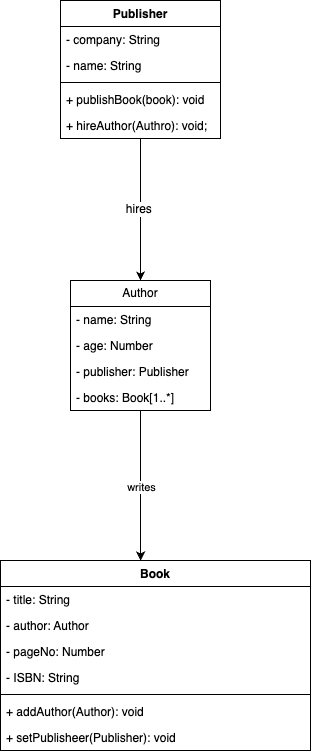
RaresM7373/UML keeps this draw.io diagram as diagrams/class-diagram/ClassDiagram.drawio.png. Above is the earlier version. Source tidied: cells renumbered, new cells last; positions are measured from the earlier drawing's top-left corner, leaving out a move shared by most shapes.
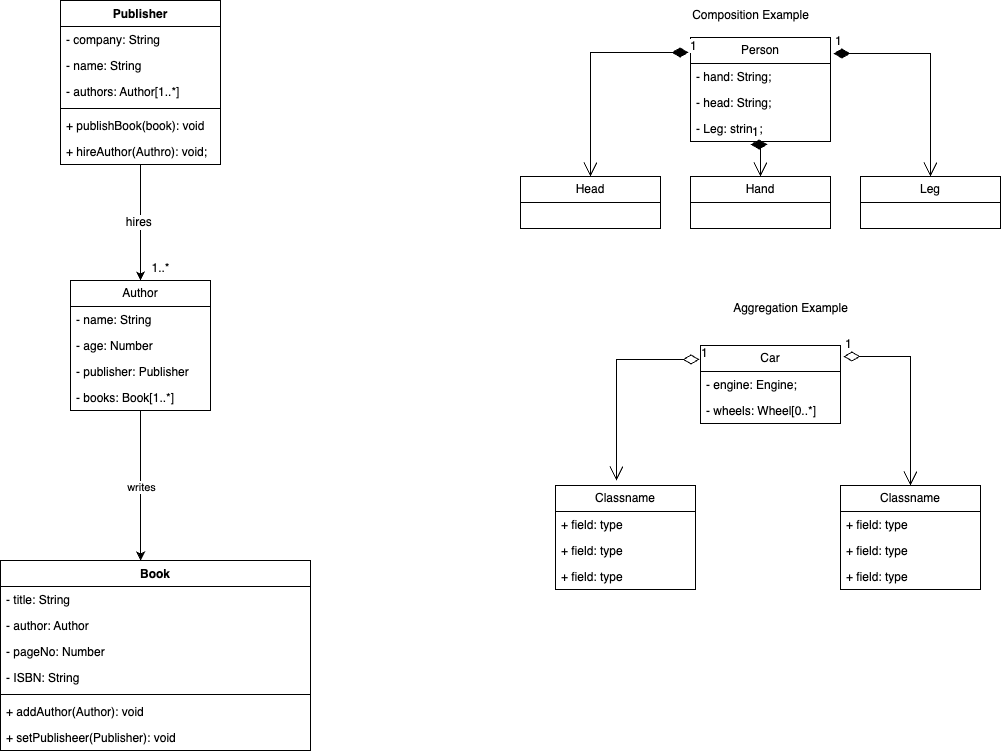
Above is the later version.

Diff of the diagram source:
```diff
@@ -53,7 +53,7 @@
       <mxGeometry relative="1" as="geometry" />
     </mxCell>
     <mxCell id="18" value="Publisher" style="swimlane;fontStyle=1;align=center;verticalAlign=top;horizontal=1;startSize=26;whiteSpace=wrap;html=1;fontFamily=Helvetica;fontSize=12;fontColor=default;fillColor=none;gradientColor=none;" parent="1" vertex="1">
-      <mxGeometry x="60" width="160" height="138" as="geometry" />
+      <mxGeometry x="60" width="160" height="164" as="geometry" />
     </mxCell>
     <mxCell id="19" value="- company: String" style="text;strokeColor=none;fillColor=none;align=left;verticalAlign=top;spacingLeft=4;spacingRight=4;overflow=hidden;whiteSpace=wrap;html=1;fontSize=12;fontFamily=Helvetica;fontColor=default;" parent="18" vertex="1">
       <mxGeometry y="26" width="160" height="26" as="geometry" />
@@ -61,14 +61,103 @@
     <mxCell id="20" value="- name: String&lt;br&gt;" style="text;strokeColor=none;fillColor=none;align=left;verticalAlign=top;spacingLeft=4;spacingRight=4;overflow=hidden;whiteSpace=wrap;html=1;fontSize=12;fontFamily=Helvetica;fontColor=default;" parent="18" vertex="1">
       <mxGeometry y="52" width="160" height="26" as="geometry" />
     </mxCell>
+    <mxCell id="24" value="- authors: Author[1..*]" style="text;strokeColor=none;fillColor=none;align=left;verticalAlign=top;spacingLeft=4;spacingRight=4;overflow=hidden;whiteSpace=wrap;html=1;fontSize=12;fontFamily=Helvetica;fontColor=default;" parent="18" vertex="1">
+      <mxGeometry y="78" width="160" height="26" as="geometry" />
+    </mxCell>
     <mxCell id="21" style="line;strokeWidth=1;fillColor=none;align=left;verticalAlign=middle;spacingTop=-1;spacingLeft=3;spacingRight=3;labelPosition=right;strokeColor=inherit;fontFamily=Helvetica;fontSize=12;fontColor=default;html=1;" parent="18" vertex="1">
-      <mxGeometry y="78" width="160" height="8" as="geometry" />
+      <mxGeometry y="104" width="160" height="8" as="geometry" />
     </mxCell>
     <mxCell id="22" value="+ publishBook(book): void" style="text;strokeColor=none;fillColor=none;align=left;verticalAlign=top;spacingLeft=4;spacingRight=4;overflow=hidden;whiteSpace=wrap;html=1;fontSize=12;fontFamily=Helvetica;fontColor=default;" parent="18" vertex="1">
-      <mxGeometry y="86" width="160" height="26" as="geometry" />
+      <mxGeometry y="112" width="160" height="26" as="geometry" />
     </mxCell>
     <mxCell id="23" value="+ hireAuthor(Authro): void;" style="text;strokeColor=none;fillColor=none;align=left;verticalAlign=top;spacingLeft=4;spacingRight=4;overflow=hidden;whiteSpace=wrap;html=1;fontSize=12;fontFamily=Helvetica;fontColor=default;" parent="18" vertex="1">
-      <mxGeometry y="112" width="160" height="26" as="geometry" />
+      <mxGeometry y="138" width="160" height="26" as="geometry" />
     </mxCell>
+    <mxCell id="25" value="1..*" style="text;html=1;align=center;verticalAlign=middle;strokeColor=none;fillColor=none;fontSize=12;fontFamily=Helvetica;fontColor=default;" parent="1" vertex="1">
+      <mxGeometry x="140" y="253" width="40" height="30" as="geometry" />
+    </mxCell>
+    <mxCell id="26" value="Person" style="swimlane;fontStyle=0;horizontal=1;startSize=26;fillColor=none;whiteSpace=wrap;html=1;fontFamily=Helvetica;fontSize=12;fontColor=default;" parent="1" vertex="1">
+      <mxGeometry x="690" y="37" width="140" height="104" as="geometry" />
+    </mxCell>
+    <mxCell id="27" value="- hand: String;" style="text;strokeColor=none;fillColor=none;align=left;verticalAlign=top;spacingLeft=4;spacingRight=4;overflow=hidden;whiteSpace=wrap;html=1;fontSize=12;fontFamily=Helvetica;fontColor=default;" parent="26" vertex="1">
+      <mxGeometry y="26" width="140" height="26" as="geometry" />
+    </mxCell>
+    <mxCell id="28" value="- head: String;" style="text;strokeColor=none;fillColor=none;align=left;verticalAlign=top;spacingLeft=4;spacingRight=4;overflow=hidden;whiteSpace=wrap;html=1;fontSize=12;fontFamily=Helvetica;fontColor=default;" parent="26" vertex="1">
+      <mxGeometry y="52" width="140" height="26" as="geometry" />
+    </mxCell>
+    <mxCell id="29" value="- Leg: string;" style="text;strokeColor=none;fillColor=none;align=left;verticalAlign=top;spacingLeft=4;spacingRight=4;overflow=hidden;points=[[0,0.5],[1,0.5]];portConstraint=eastwest;whiteSpace=wrap;html=1;fontSize=12;fontFamily=Helvetica;fontColor=default;" parent="26" vertex="1">
+      <mxGeometry y="78" width="140" height="26" as="geometry" />
+    </mxCell>
+    <mxCell id="30" value="Hand" style="swimlane;fontStyle=0;horizontal=1;startSize=26;fillColor=none;whiteSpace=wrap;html=1;fontFamily=Helvetica;fontSize=12;fontColor=default;" parent="1" vertex="1">
+      <mxGeometry x="690" y="176" width="140" height="52" as="geometry" />
+    </mxCell>
+    <mxCell id="31" value="Leg" style="swimlane;fontStyle=0;horizontal=1;startSize=26;fillColor=none;whiteSpace=wrap;html=1;fontFamily=Helvetica;fontSize=12;fontColor=default;" parent="1" vertex="1">
+      <mxGeometry x="860" y="176" width="140" height="52" as="geometry" />
+    </mxCell>
+    <mxCell id="32" value="Head" style="swimlane;fontStyle=0;horizontal=1;startSize=26;fillColor=none;whiteSpace=wrap;html=1;fontFamily=Helvetica;fontSize=12;fontColor=default;" parent="1" vertex="1">
+      <mxGeometry x="520" y="176" width="140" height="52" as="geometry" />
+    </mxCell>
+    <mxCell id="33" value="1" style="endArrow=open;html=1;endSize=12;startArrow=diamondThin;startSize=14;startFill=1;edgeStyle=orthogonalEdgeStyle;align=left;verticalAlign=bottom;rounded=0;fontFamily=Helvetica;fontSize=12;fontColor=default;exitX=1.021;exitY=0.154;exitDx=0;exitDy=0;exitPerimeter=0;entryX=0.5;entryY=0;entryDx=0;entryDy=0;" parent="1" edge="1" source="26" target="31">
+      <mxGeometry x="-1" y="3" relative="1" as="geometry" />
+    </mxCell>
+    <mxCell id="34" value="1" style="endArrow=open;html=1;endSize=12;startArrow=diamondThin;startSize=14;startFill=1;edgeStyle=orthogonalEdgeStyle;align=left;verticalAlign=bottom;rounded=0;fontFamily=Helvetica;fontSize=12;fontColor=default;exitX=-0.014;exitY=0.144;exitDx=0;exitDy=0;exitPerimeter=0;" parent="1" edge="1" source="26" target="32">
+      <mxGeometry x="-1" y="3" relative="1" as="geometry" />
+    </mxCell>
+    <mxCell id="35" value="1" style="endArrow=open;html=1;endSize=12;startArrow=diamondThin;startSize=14;startFill=1;edgeStyle=orthogonalEdgeStyle;align=left;verticalAlign=bottom;rounded=0;fontFamily=Helvetica;fontSize=12;fontColor=default;exitX=0.429;exitY=1.115;exitDx=0;exitDy=0;exitPerimeter=0;" parent="1" edge="1" source="29" target="30">
+      <mxGeometry x="-1" y="3" relative="1" as="geometry">
+        <Array as="points">
+          <mxPoint x="760" y="144" />
+        </Array>
+      </mxGeometry>
+    </mxCell>
+    <mxCell id="36" value="Composition Example" style="text;html=1;align=center;verticalAlign=middle;strokeColor=none;fillColor=none;fontSize=12;fontFamily=Helvetica;fontColor=default;" parent="1" vertex="1">
+      <mxGeometry x="680" width="140" height="30" as="geometry" />
+    </mxCell>
+    <mxCell id="37" value="Classname" style="swimlane;fontStyle=0;horizontal=1;startSize=26;fillColor=none;whiteSpace=wrap;html=1;fontFamily=Helvetica;fontSize=12;fontColor=default;" parent="1" vertex="1">
+      <mxGeometry x="555" y="485" width="140" height="104" as="geometry" />
+    </mxCell>
+    <mxCell id="38" value="+ field: type" style="text;strokeColor=none;fillColor=none;align=left;verticalAlign=top;spacingLeft=4;spacingRight=4;overflow=hidden;whiteSpace=wrap;html=1;fontSize=12;fontFamily=Helvetica;fontColor=default;" parent="37" vertex="1">
+      <mxGeometry y="26" width="140" height="26" as="geometry" />
+    </mxCell>
+    <mxCell id="39" value="+ field: type" style="text;strokeColor=none;fillColor=none;align=left;verticalAlign=top;spacingLeft=4;spacingRight=4;overflow=hidden;whiteSpace=wrap;html=1;fontSize=12;fontFamily=Helvetica;fontColor=default;" parent="37" vertex="1">
+      <mxGeometry y="52" width="140" height="26" as="geometry" />
+    </mxCell>
+    <mxCell id="40" value="+ field: type" style="text;strokeColor=none;fillColor=none;align=left;verticalAlign=top;spacingLeft=4;spacingRight=4;overflow=hidden;whiteSpace=wrap;html=1;fontSize=12;fontFamily=Helvetica;fontColor=default;" parent="37" vertex="1">
+      <mxGeometry y="78" width="140" height="26" as="geometry" />
+    </mxCell>
+    <mxCell id="41" value="Classname" style="swimlane;fontStyle=0;horizontal=1;startSize=26;fillColor=none;whiteSpace=wrap;html=1;fontFamily=Helvetica;fontSize=12;fontColor=default;" parent="1" vertex="1">
+      <mxGeometry x="840" y="485" width="140" height="104" as="geometry" />
+    </mxCell>
+    <mxCell id="42" value="+ field: type" style="text;strokeColor=none;fillColor=none;align=left;verticalAlign=top;spacingLeft=4;spacingRight=4;overflow=hidden;whiteSpace=wrap;html=1;fontSize=12;fontFamily=Helvetica;fontColor=default;" parent="41" vertex="1">
+      <mxGeometry y="26" width="140" height="26" as="geometry" />
+    </mxCell>
+    <mxCell id="43" value="+ field: type" style="text;strokeColor=none;fillColor=none;align=left;verticalAlign=top;spacingLeft=4;spacingRight=4;overflow=hidden;whiteSpace=wrap;html=1;fontSize=12;fontFamily=Helvetica;fontColor=default;" parent="41" vertex="1">
+      <mxGeometry y="52" width="140" height="26" as="geometry" />
+    </mxCell>
+    <mxCell id="44" value="+ field: type" style="text;strokeColor=none;fillColor=none;align=left;verticalAlign=top;spacingLeft=4;spacingRight=4;overflow=hidden;whiteSpace=wrap;html=1;fontSize=12;fontFamily=Helvetica;fontColor=default;" parent="41" vertex="1">
+      <mxGeometry y="78" width="140" height="26" as="geometry" />
+    </mxCell>
+    <mxCell id="45" value="Car" style="swimlane;fontStyle=0;horizontal=1;startSize=26;fillColor=none;whiteSpace=wrap;html=1;fontFamily=Helvetica;fontSize=12;fontColor=default;" parent="1" vertex="1">
+      <mxGeometry x="700" y="345" width="140" height="78" as="geometry" />
+    </mxCell>
+    <mxCell id="46" value="- engine: Engine;" style="text;strokeColor=none;fillColor=none;align=left;verticalAlign=top;spacingLeft=4;spacingRight=4;overflow=hidden;whiteSpace=wrap;html=1;fontSize=12;fontFamily=Helvetica;fontColor=default;" parent="45" vertex="1">
+      <mxGeometry y="26" width="140" height="26" as="geometry" />
+    </mxCell>
+    <mxCell id="47" value="- wheels: Wheel[0..*]" style="text;strokeColor=none;fillColor=none;align=left;verticalAlign=top;spacingLeft=4;spacingRight=4;overflow=hidden;whiteSpace=wrap;html=1;fontSize=12;fontFamily=Helvetica;fontColor=default;" parent="45" vertex="1">
+      <mxGeometry y="52" width="140" height="26" as="geometry" />
+    </mxCell>
+    <mxCell id="48" value="1" style="endArrow=open;html=1;endSize=12;startArrow=diamondThin;startSize=14;startFill=0;edgeStyle=orthogonalEdgeStyle;align=left;verticalAlign=bottom;rounded=0;fontFamily=Helvetica;fontSize=12;fontColor=default;exitX=1.021;exitY=0.141;exitDx=0;exitDy=0;exitPerimeter=0;entryX=0.5;entryY=0;entryDx=0;entryDy=0;" parent="1" edge="1" source="45" target="41">
+      <mxGeometry x="-1" y="3" relative="1" as="geometry">
+        <Array as="points">
+          <mxPoint x="910" y="356" />
+        </Array>
+      </mxGeometry>
+    </mxCell>
+    <mxCell id="49" value="1" style="endArrow=open;html=1;endSize=12;startArrow=diamondThin;startSize=14;startFill=0;edgeStyle=orthogonalEdgeStyle;align=left;verticalAlign=bottom;rounded=0;fontFamily=Helvetica;fontSize=12;fontColor=default;exitX=-0.007;exitY=0.179;exitDx=0;exitDy=0;exitPerimeter=0;entryX=0.436;entryY=-0.048;entryDx=0;entryDy=0;entryPerimeter=0;" parent="1" edge="1" source="45" target="37">
+      <mxGeometry x="-1" y="3" relative="1" as="geometry" />
+    </mxCell>
+    <mxCell id="50" value="Aggregation Example&lt;br&gt;" style="text;html=1;align=center;verticalAlign=middle;strokeColor=none;fillColor=none;fontSize=12;fontFamily=Helvetica;fontColor=default;" parent="1" vertex="1">
+      <mxGeometry x="720" y="293" width="140" height="30" as="geometry" />
+    </mxCell>
   </root>
 </mxGraphModel>
```
